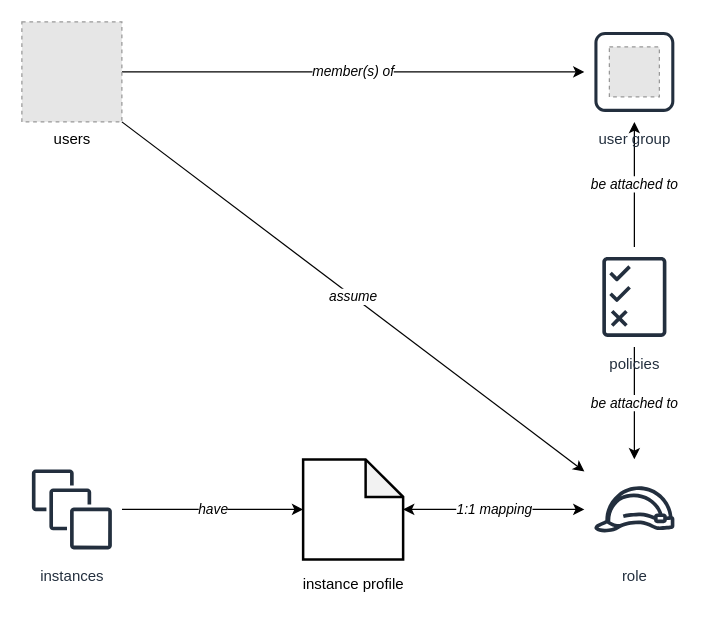
ouyi/ouyi.github.io keeps this draw.io diagram as misc/aws_iam_core_concepts.drawio. Above is the earlier version. Source tidied: cells renumbered, new cells numbered last; positions are measured from the earlier drawing's top-left corner, leaving out a move shared by most shapes. Both pictures are drawn from the tidied source at 125%, with x=0, y=0 at pixel (21, 21). Pictures stored in the file or linked from it are replaced by grey dashed boxes.
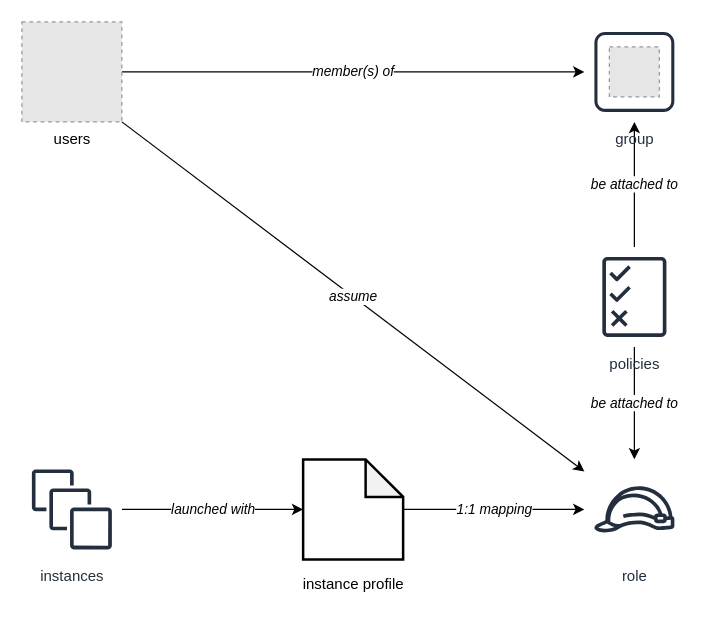
The same page after the edit.

Commit message (it also covers changes not shown here):
Retouch text and picture

What changed in the source:
```diff
@@
 <mxGraphModel>
   <root>
     <mxCell id="0" />
     <mxCell id="1" parent="0" />
     <mxCell id="2" value="member(s) of" style="edgeStyle=orthogonalEdgeStyle;rounded=0;jettySize=auto;html=1;fontStyle=2;" parent="1" edge="1" source="3" target="10">
       <mxGeometry relative="1" as="geometry" />
     </mxCell>
     <mxCell id="3" value="users" style="fillColor=#E6E6E6;strokeColor=#999999;dashed=1;html=1;verticalAlign=top;verticalLabelPosition=bottom;labelBackgroundColor=#ffffff;fontStyle=0;" parent="1" vertex="1">
       <mxGeometry width="80" height="80" as="geometry" />
     </mxCell>
     <mxCell id="4" value="be attached to" style="edgeStyle=orthogonalEdgeStyle;rounded=0;jettySize=auto;html=1;fontStyle=2;" parent="1" edge="1" source="6" target="10">
       <mxGeometry relative="1" as="geometry" />
     </mxCell>
     <mxCell id="5" value="be attached to" style="edgeStyle=orthogonalEdgeStyle;rounded=0;jettySize=auto;html=1;fontStyle=2;" parent="1" edge="1" source="6" target="7">
       <mxGeometry relative="1" as="geometry" />
     </mxCell>
     <mxCell id="6" value="policies" style="outlineConnect=0;fontColor=#232F3E;gradientColor=none;strokeColor=#232F3E;fillColor=#ffffff;dashed=0;verticalLabelPosition=bottom;verticalAlign=top;align=center;html=1;fontSize=12;fontStyle=0;shape=mxgraph.aws4.resourceIcon;resIcon=mxgraph.aws4.permissions;" parent="1" vertex="1">
       <mxGeometry x="450" y="180" width="80" height="80" as="geometry" />
     </mxCell>
     <mxCell id="7" value="role" style="outlineConnect=0;fontColor=#232F3E;gradientColor=none;strokeColor=#232F3E;fillColor=#ffffff;dashed=0;verticalLabelPosition=bottom;verticalAlign=top;align=center;html=1;fontSize=12;fontStyle=0;shape=mxgraph.aws4.resourceIcon;resIcon=mxgraph.aws4.role;" parent="1" vertex="1">
       <mxGeometry x="450" y="350" width="80" height="80" as="geometry" />
     </mxCell>
-    <mxCell id="8" value="have" style="edgeStyle=orthogonalEdgeStyle;rounded=0;jettySize=auto;html=1;fontStyle=2;" parent="1" edge="1" source="9" target="12">
+    <mxCell id="8" value="launched with" style="edgeStyle=orthogonalEdgeStyle;rounded=0;jettySize=auto;html=1;fontStyle=2;" parent="1" edge="1" source="9" target="12">
       <mxGeometry relative="1" as="geometry" />
     </mxCell>
     <mxCell id="9" value="instances" style="outlineConnect=0;fontColor=#232F3E;gradientColor=none;strokeColor=#232F3E;fillColor=#ffffff;dashed=0;verticalLabelPosition=bottom;verticalAlign=top;align=center;html=1;fontSize=12;fontStyle=0;shape=mxgraph.aws4.resourceIcon;resIcon=mxgraph.aws4.instances;" parent="1" vertex="1">
       <mxGeometry y="350" width="80" height="80" as="geometry" />
     </mxCell>
-    <mxCell id="10" value="user group" style="outlineConnect=0;fontColor=#232F3E;gradientColor=none;strokeColor=#232F3E;fillColor=#ffffff;dashed=0;verticalLabelPosition=bottom;verticalAlign=top;align=center;html=1;fontSize=12;fontStyle=0;shape=mxgraph.aws4.resourceIcon;resIcon=mxgraph.aws4.instance;" parent="1" vertex="1">
+    <mxCell id="10" value="group" style="outlineConnect=0;fontColor=#232F3E;gradientColor=none;strokeColor=#232F3E;fillColor=#ffffff;dashed=0;verticalLabelPosition=bottom;verticalAlign=top;align=center;html=1;fontSize=12;fontStyle=0;shape=mxgraph.aws4.resourceIcon;resIcon=mxgraph.aws4.instance;" parent="1" vertex="1">
       <mxGeometry x="450" width="80" height="80" as="geometry" />
     </mxCell>
     <mxCell id="11" style="group;fontStyle=0;" parent="1" vertex="1">
       <mxGeometry x="220.6" y="350" width="88.8" height="110" as="geometry" />
     </mxCell>
     <mxCell id="12" style="shape=note;whiteSpace=wrap;html=1;backgroundOutline=1;darkOpacity=0.05;align=left;strokeWidth=2;" parent="11" vertex="1">
       <mxGeometry x="4.4" width="80" height="80" as="geometry" />
     </mxCell>
     <mxCell id="13" value="instance profile" style="text;html=1;strokeColor=none;fillColor=none;align=center;verticalAlign=middle;whiteSpace=wrap;rounded=0;" parent="11" vertex="1">
       <mxGeometry y="90" width="88.8" height="20" as="geometry" />
     </mxCell>
-    <mxCell id="14" value="1:1 mapping" style="edgeStyle=orthogonalEdgeStyle;rounded=0;jettySize=auto;html=1;startArrow=classic;startFill=1;fontStyle=2;" parent="1" edge="1" source="12" target="7">
+    <mxCell id="14" value="1:1 mapping" style="edgeStyle=orthogonalEdgeStyle;rounded=0;jettySize=auto;html=1;startArrow=none;startFill=0;fontStyle=2;" parent="1" edge="1" source="12" target="7">
       <mxGeometry relative="1" as="geometry" />
     </mxCell>
     <mxCell id="15" value="assume" style="endArrow=classic;html=1;exitX=1;exitY=1;exitDx=0;exitDy=0;fontStyle=2;" parent="1" edge="1" source="3" target="7">
       <mxGeometry relative="1" as="geometry" />
     </mxCell>
     <mxCell id="16" style="fillColor=#E6E6E6;strokeColor=#999999;dashed=1;html=1;verticalAlign=top;verticalLabelPosition=bottom;labelBackgroundColor=#ffffff;fontStyle=0;" parent="1" vertex="1">
       <mxGeometry x="470" y="20" width="40" height="40" as="geometry" />
     </mxCell>
   </root>
 </mxGraphModel>
```
